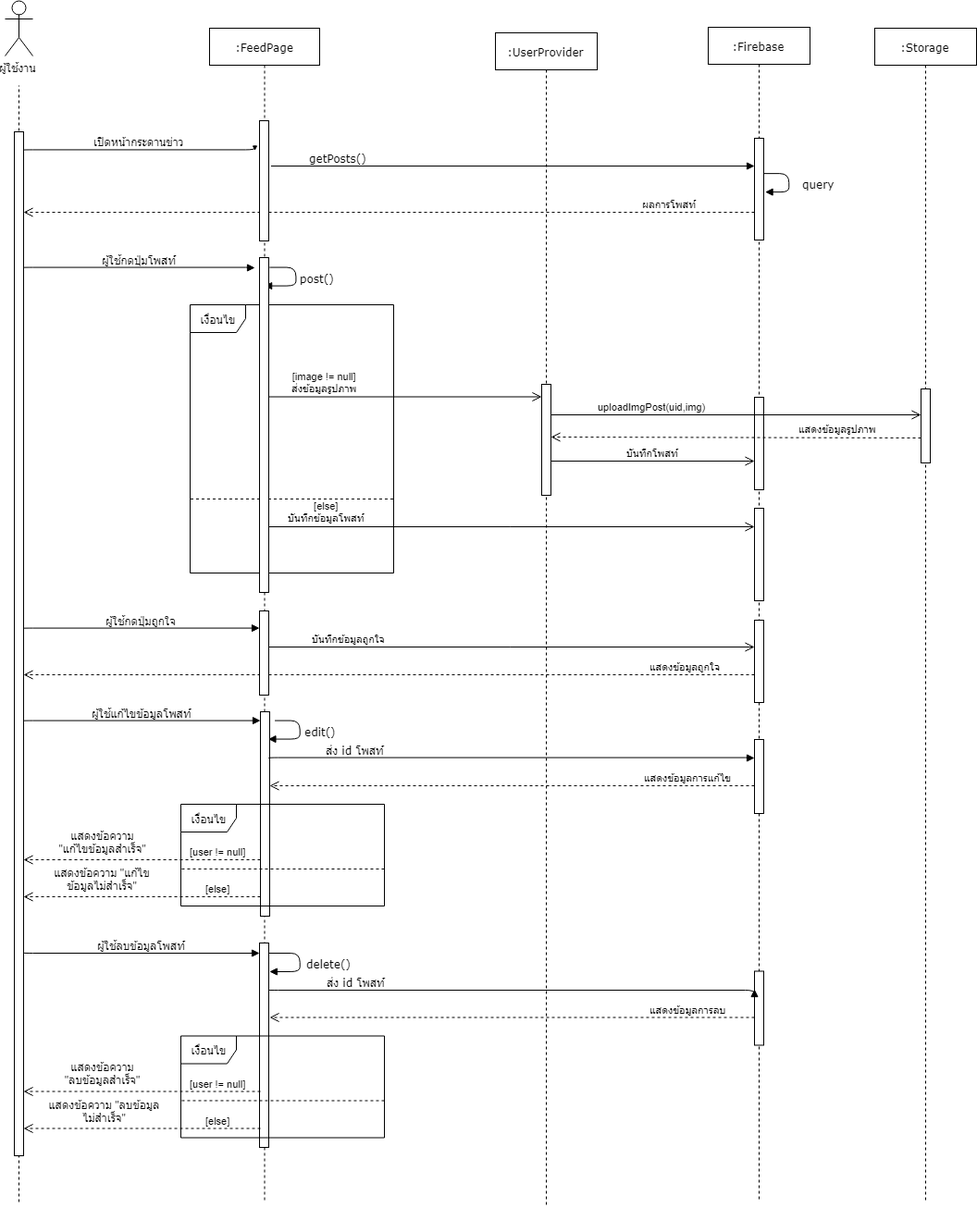
Earlier version of the draw.io export Document/Latex/Figures/3/Sequence/feed.png (Inwfour/Latex). Source tidied: cells renumbered, new cells last; positions are measured from the earlier drawing's top-left corner, leaving out a move shared by most shapes.
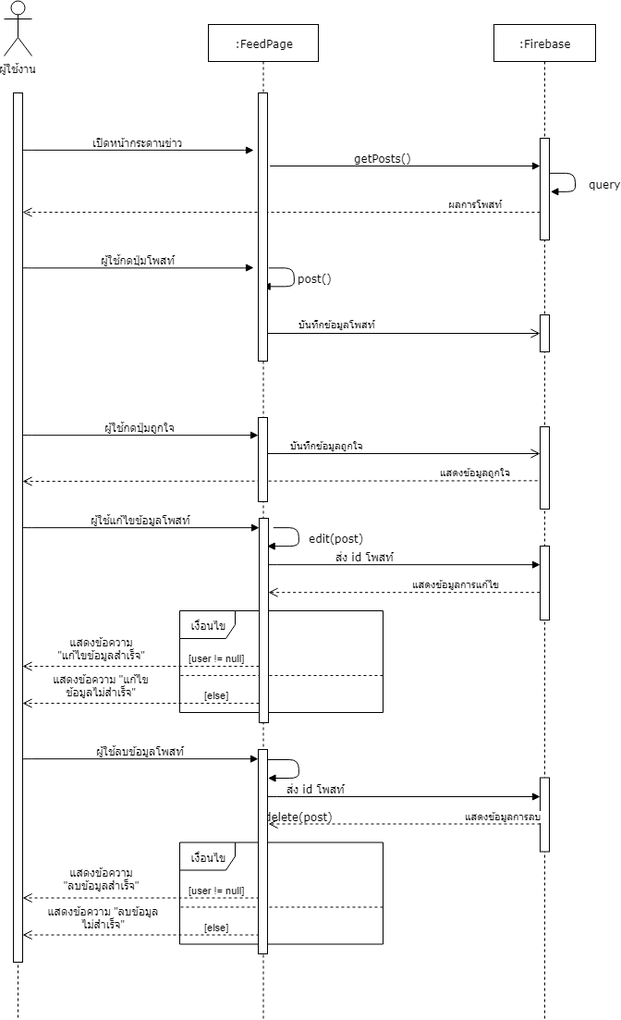
After the change.

The edit, as a diff of the source:
```diff
@@ -4,9 +4,5 @@
     <mxCell id="1" parent="0" />
-    <mxCell id="2" value="เงื่อนไข" style="shape=umlFrame;whiteSpace=wrap;html=1;rounded=0;" parent="1" vertex="1">
-      <mxGeometry x="200" y="329" width="220" height="290" as="geometry" />
-    </mxCell>
-    <mxCell id="3" style="endArrow=none;dashed=1;html=1;" parent="1" edge="1">
+    <mxCell id="3" style="endArrow=none;dashed=1;html=1;" parent="1" edge="1" target="10">
       <mxGeometry relative="1" as="geometry">
-        <mxPoint x="15" y="1299" as="sourcePoint" />
-        <mxPoint x="15" y="92" as="targetPoint" />
+        <mxPoint x="15" y="1309" as="sourcePoint" />
       </mxGeometry>
@@ -14,14 +10,8 @@
     <mxCell id="4" value=":FeedPage" style="shape=umlLifeline;perimeter=lifelinePerimeter;whiteSpace=wrap;html=1;rounded=0;shadow=0;comic=0;labelBackgroundColor=none;strokeColor=#000000;strokeWidth=1;fillColor=#FFFFFF;fontFamily=Verdana;fontSize=12;fontColor=#000000;align=center;" parent="1" vertex="1">
-      <mxGeometry x="221" y="30" width="119" height="1269" as="geometry" />
+      <mxGeometry x="221" y="235" width="119" height="1075" as="geometry" />
     </mxCell>
-    <mxCell id="5" style="html=1;points=[];perimeter=orthogonalPerimeter;rounded=0;shadow=0;comic=0;labelBackgroundColor=none;strokeColor=#000000;strokeWidth=1;fillColor=#FFFFFF;fontFamily=Verdana;fontSize=12;fontColor=#000000;align=center;" parent="4" vertex="1">
-      <mxGeometry x="55" y="739" width="10" height="221" as="geometry" />
-    </mxCell>
-    <mxCell id="6" style="html=1;points=[];perimeter=orthogonalPerimeter;rounded=0;shadow=0;comic=0;labelBackgroundColor=none;strokeColor=#000000;strokeWidth=1;fillColor=#FFFFFF;fontFamily=Verdana;fontSize=12;fontColor=#000000;align=center;" parent="4" vertex="1">
-      <mxGeometry x="54" y="989" width="10" height="221" as="geometry" />
-    </mxCell>
     <mxCell id="7" value="เปิดหน้ากระดานข่าว" style="html=1;verticalAlign=bottom;endArrow=block;labelBackgroundColor=none;fontFamily=Verdana;fontSize=12;edgeStyle=elbowEdgeStyle;elbow=vertical;" parent="1" edge="1">
       <mxGeometry relative="1" as="geometry">
-        <mxPoint x="20" y="161.9" as="sourcePoint" />
-        <mxPoint x="270" y="162" as="targetPoint" />
+        <mxPoint x="20" y="370.9" as="sourcePoint" />
+        <mxPoint x="270" y="371" as="targetPoint" />
       </mxGeometry>
@@ -29,8 +19,8 @@
     <mxCell id="8" value="getPosts()" style="html=1;verticalAlign=bottom;endArrow=block;labelBackgroundColor=none;fontFamily=Verdana;fontSize=12;edgeStyle=elbowEdgeStyle;elbow=vertical;" parent="1" edge="1" target="19">
-      <mxGeometry x="-0.37" y="-92" relative="1" as="geometry">
-        <mxPoint x="287.5" y="179" as="sourcePoint" />
+      <mxGeometry x="0.47" y="-92" relative="1" as="geometry">
+        <mxPoint x="287.5" y="388" as="sourcePoint" />
         <Array as="points">
-          <mxPoint x="502.5" y="179" />
+          <mxPoint x="502.5" y="388" />
         </Array>
-        <mxPoint x="-92" y="-92" as="offset" />
+        <mxPoint x="-93" y="-92" as="offset" />
       </mxGeometry>
@@ -38,25 +28,19 @@
     <mxCell id="9" value="ผู้ใช้งาน" style="shape=umlActor;verticalLabelPosition=bottom;labelBackgroundColor=#ffffff;verticalAlign=top;html=1;rounded=0;" parent="1" vertex="1">
-      <mxGeometry width="30" height="60" as="geometry" />
+      <mxGeometry y="209" width="30" height="60" as="geometry" />
     </mxCell>
     <mxCell id="10" style="html=1;points=[];perimeter=orthogonalPerimeter;rounded=0;shadow=0;comic=0;labelBackgroundColor=none;strokeColor=#000000;strokeWidth=1;fillColor=#FFFFFF;fontFamily=Verdana;fontSize=12;fontColor=#000000;align=center;" parent="1" vertex="1">
-      <mxGeometry x="10" y="142" width="10" height="1107" as="geometry" />
+      <mxGeometry x="10" y="309" width="10" height="940" as="geometry" />
     </mxCell>
     <mxCell id="11" value="ผลการโพสท์" style="html=1;verticalAlign=bottom;endArrow=open;dashed=1;endSize=8;" parent="1" edge="1" source="19">
-      <mxGeometry x="-0.77" relative="1" as="geometry">
-        <mxPoint x="20" y="229" as="targetPoint" />
+      <mxGeometry x="-0.75" relative="1" as="geometry">
+        <mxPoint x="20" y="438" as="targetPoint" />
       </mxGeometry>
     </mxCell>
-    <mxCell id="12" style="endArrow=none;endFill=0;endSize=24;html=1;dashed=1;exitX=0.005;exitY=0.566;exitDx=0;exitDy=0;exitPerimeter=0;" parent="1" edge="1">
-      <mxGeometry relative="1" as="geometry">
-        <mxPoint x="200.5" y="538.9" as="sourcePoint" />
-        <mxPoint x="419.5" y="539" as="targetPoint" />
-      </mxGeometry>
-    </mxCell>
     <mxCell id="13" value="post()" style="html=1;verticalAlign=bottom;endArrow=block;labelBackgroundColor=none;fontFamily=Verdana;fontSize=12;edgeStyle=orthogonalEdgeStyle;elbow=vertical;exitX=1.183;exitY=0.2;exitDx=0;exitDy=0;exitPerimeter=0;" parent="1" edge="1">
       <mxGeometry x="0.25" y="-26" relative="1" as="geometry">
-        <mxPoint x="286" y="289" as="sourcePoint" />
-        <mxPoint x="280" y="309" as="targetPoint" />
+        <mxPoint x="286" y="498" as="sourcePoint" />
+        <mxPoint x="280" y="518" as="targetPoint" />
         <Array as="points">
-          <mxPoint x="314" y="289" />
-          <mxPoint x="314" y="309" />
+          <mxPoint x="314" y="498" />
+          <mxPoint x="314" y="518" />
         </Array>
@@ -66,18 +50,6 @@
     <mxCell id="14" value=":Firebase" style="shape=umlLifeline;perimeter=lifelinePerimeter;whiteSpace=wrap;html=1;rounded=0;shadow=0;comic=0;labelBackgroundColor=none;strokeColor=#000000;strokeWidth=1;fillColor=#FFFFFF;fontFamily=Verdana;fontSize=12;fontColor=#000000;align=center;" parent="1" vertex="1">
-      <mxGeometry x="760" y="29" width="110" height="1270" as="geometry" />
+      <mxGeometry x="530" y="235" width="110" height="1075" as="geometry" />
     </mxCell>
-    <mxCell id="15" style="html=1;points=[];perimeter=orthogonalPerimeter;rounded=0;shadow=0;comic=0;labelBackgroundColor=none;strokeColor=#000000;strokeWidth=1;fillColor=#FFFFFF;fontFamily=Verdana;fontSize=12;fontColor=#000000;align=center;" parent="14" vertex="1">
-      <mxGeometry x="50" y="641" width="10" height="89" as="geometry" />
-    </mxCell>
-    <mxCell id="16" style="html=1;perimeter=orthogonalPerimeter;rounded=0;shadow=0;comic=0;labelBackgroundColor=none;strokeColor=#000000;strokeWidth=1;fillColor=#FFFFFF;fontFamily=Verdana;fontSize=12;fontColor=#000000;align=center;" parent="14" vertex="1">
-      <mxGeometry x="50" y="400" width="10" height="100" as="geometry" />
-    </mxCell>
-    <mxCell id="17" style="html=1;points=[];perimeter=orthogonalPerimeter;rounded=0;shadow=0;comic=0;labelBackgroundColor=none;strokeColor=#000000;strokeWidth=1;fillColor=#FFFFFF;fontFamily=Verdana;fontSize=12;fontColor=#000000;align=center;" parent="14" vertex="1">
-      <mxGeometry x="50" y="770" width="10" height="80" as="geometry" />
-    </mxCell>
-    <mxCell id="18" style="html=1;points=[];perimeter=orthogonalPerimeter;rounded=0;shadow=0;comic=0;labelBackgroundColor=none;strokeColor=#000000;strokeWidth=1;fillColor=#FFFFFF;fontFamily=Verdana;fontSize=12;fontColor=#000000;align=center;" parent="14" vertex="1">
-      <mxGeometry x="50" y="520" width="10" height="100" as="geometry" />
-    </mxCell>
     <mxCell id="19" style="html=1;points=[];perimeter=orthogonalPerimeter;rounded=0;shadow=0;comic=0;labelBackgroundColor=none;strokeColor=#000000;strokeWidth=1;fillColor=#FFFFFF;fontFamily=Verdana;fontSize=12;fontColor=#000000;align=center;" parent="1" vertex="1">
-      <mxGeometry x="810" y="149" width="10" height="110" as="geometry" />
+      <mxGeometry x="580" y="358" width="10" height="110" as="geometry" />
     </mxCell>
@@ -85,7 +57,7 @@
       <mxGeometry x="0.28" y="-32" relative="1" as="geometry">
-        <mxPoint x="820.1" y="186.9" as="sourcePoint" />
-        <mxPoint x="821" y="207" as="targetPoint" />
+        <mxPoint x="590.1" y="395.9" as="sourcePoint" />
+        <mxPoint x="591" y="416" as="targetPoint" />
         <Array as="points">
-          <mxPoint x="848" y="187" />
-          <mxPoint x="848" y="207" />
+          <mxPoint x="618" y="396" />
+          <mxPoint x="618" y="416" />
         </Array>
@@ -96,43 +68,8 @@
       <mxGeometry relative="1" as="geometry">
-        <mxPoint x="20" y="288.9" as="sourcePoint" />
-        <mxPoint x="270" y="289" as="targetPoint" />
+        <mxPoint x="20" y="497.9" as="sourcePoint" />
+        <mxPoint x="270" y="498" as="targetPoint" />
       </mxGeometry>
     </mxCell>
-    <mxCell id="22" value="[image != null]&lt;br&gt;ส่งข้อมูลรูปภาพ&lt;br&gt;" style="html=1;verticalAlign=bottom;endArrow=open;endSize=8;" parent="1" edge="1" target="26">
-      <mxGeometry x="-0.59" relative="1" as="geometry">
-        <mxPoint x="285" y="428.5" as="sourcePoint" />
-      </mxGeometry>
-    </mxCell>
-    <mxCell id="23" value=":Storage" style="shape=umlLifeline;perimeter=lifelinePerimeter;whiteSpace=wrap;html=1;rounded=0;shadow=0;comic=0;labelBackgroundColor=none;strokeColor=#000000;strokeWidth=1;fillColor=#FFFFFF;fontFamily=Verdana;fontSize=12;fontColor=#000000;align=center;" parent="1" vertex="1">
-      <mxGeometry x="940" y="30" width="110" height="1270" as="geometry" />
-    </mxCell>
-    <mxCell id="24" style="html=1;perimeter=orthogonalPerimeter;rounded=0;shadow=0;comic=0;labelBackgroundColor=none;strokeColor=#000000;strokeWidth=1;fillColor=#FFFFFF;fontFamily=Verdana;fontSize=12;fontColor=#000000;align=center;" parent="1" vertex="1">
-      <mxGeometry x="990" y="420" width="10" height="80" as="geometry" />
-    </mxCell>
-    <mxCell id="25" value=":UserProvider" style="shape=umlLifeline;perimeter=lifelinePerimeter;whiteSpace=wrap;html=1;rounded=0;shadow=0;comic=0;labelBackgroundColor=none;strokeColor=#000000;strokeWidth=1;fillColor=#FFFFFF;fontFamily=Verdana;fontSize=12;fontColor=#000000;align=center;" parent="1" vertex="1">
-      <mxGeometry x="530" y="35" width="110" height="1270" as="geometry" />
-    </mxCell>
-    <mxCell id="26" style="html=1;points=[];perimeter=orthogonalPerimeter;rounded=0;shadow=0;comic=0;labelBackgroundColor=none;strokeColor=#000000;strokeWidth=1;fillColor=#FFFFFF;fontFamily=Verdana;fontSize=12;fontColor=#000000;align=center;" parent="25" vertex="1">
-      <mxGeometry x="50" y="380" width="10" height="120" as="geometry" />
-    </mxCell>
-    <mxCell id="27" value="&lt;span&gt;uploadImgPost(uid,img)&lt;/span&gt;&lt;br&gt;" style="html=1;verticalAlign=bottom;endArrow=open;endSize=8;" parent="1" edge="1">
-      <mxGeometry x="-0.45" relative="1" as="geometry">
-        <mxPoint x="590" y="448" as="sourcePoint" />
-        <mxPoint x="990" y="448" as="targetPoint" />
-      </mxGeometry>
-    </mxCell>
-    <mxCell id="28" value="แสดงข้อมูลรูปภาพ" style="html=1;verticalAlign=bottom;endArrow=open;dashed=1;endSize=8;" parent="1" edge="1">
-      <mxGeometry x="-0.55" y="-1" relative="1" as="geometry">
-        <mxPoint x="990" y="473" as="sourcePoint" />
-        <mxPoint x="590" y="472" as="targetPoint" />
-      </mxGeometry>
-    </mxCell>
-    <mxCell id="29" value="&lt;span&gt;บันทึกโพสท์&lt;/span&gt;&lt;br&gt;" style="html=1;verticalAlign=bottom;endArrow=open;endSize=8;" parent="1" edge="1">
-      <mxGeometry relative="1" as="geometry">
-        <mxPoint x="590" y="498" as="sourcePoint" />
-        <mxPoint x="810" y="498" as="targetPoint" />
-      </mxGeometry>
-    </mxCell>
-    <mxCell id="30" value="[else]&lt;br&gt;บันทึกข้อมูลโพสท์&lt;br&gt;" style="html=1;verticalAlign=bottom;endArrow=open;endSize=8;" parent="1" edge="1" target="18">
-      <mxGeometry x="-0.76" relative="1" as="geometry">
+    <mxCell id="30" value="&lt;br&gt;บันทึกข้อมูลโพสท์&lt;br&gt;" style="html=1;verticalAlign=bottom;endArrow=open;endSize=8;" parent="1" edge="1" target="18">
+      <mxGeometry x="-0.49" relative="1" as="geometry">
         <mxPoint x="285" y="569" as="sourcePoint" />
@@ -146,9 +83,8 @@
     <mxCell id="32" value="บันทึกข้อมูลถูกใจ" style="html=1;verticalAlign=bottom;endArrow=open;endSize=8;" parent="1" edge="1" source="37">
-      <mxGeometry x="-0.67" relative="1" as="geometry">
-        <mxPoint x="810" y="699" as="targetPoint" />
+      <mxGeometry x="-0.56" relative="1" as="geometry">
+        <mxPoint x="580" y="699" as="targetPoint" />
       </mxGeometry>
     </mxCell>
-    <mxCell id="33" value="แสดงข้อมูลถูกใจ" style="html=1;verticalAlign=bottom;endArrow=open;dashed=1;endSize=8;" parent="1" edge="1">
-      <mxGeometry x="-0.81" relative="1" as="geometry">
-        <mxPoint x="810" y="729" as="sourcePoint" />
+    <mxCell id="33" value="แสดงข้อมูลถูกใจ" style="html=1;verticalAlign=bottom;endArrow=open;dashed=1;endSize=8;exitX=-0.312;exitY=0.658;exitDx=0;exitDy=0;exitPerimeter=0;" parent="1" edge="1" source="15">
+      <mxGeometry x="-0.76" relative="1" as="geometry">
         <mxPoint x="20" y="729" as="targetPoint" />
@@ -162,6 +98,6 @@
     <mxCell id="35" style="html=1;perimeter=orthogonalPerimeter;rounded=0;shadow=0;comic=0;labelBackgroundColor=none;strokeColor=#000000;strokeWidth=1;fillColor=#FFFFFF;fontFamily=Verdana;fontSize=12;fontColor=#000000;align=center;" parent="1" vertex="1">
-      <mxGeometry x="275" y="130" width="10" height="130" as="geometry" />
+      <mxGeometry x="275" y="339" width="10" height="130" as="geometry" />
     </mxCell>
     <mxCell id="36" style="html=1;perimeter=orthogonalPerimeter;rounded=0;shadow=0;comic=0;labelBackgroundColor=none;strokeColor=#000000;strokeWidth=1;fillColor=#FFFFFF;fontFamily=Verdana;fontSize=12;fontColor=#000000;align=center;" parent="1" vertex="1">
-      <mxGeometry x="275" y="278" width="10" height="362" as="geometry" />
+      <mxGeometry x="275" y="309" width="10" height="290" as="geometry" />
     </mxCell>
@@ -170,4 +106,4 @@
     </mxCell>
-    <mxCell id="38" value="edit()" style="html=1;verticalAlign=bottom;endArrow=block;labelBackgroundColor=none;fontFamily=Verdana;fontSize=12;edgeStyle=orthogonalEdgeStyle;elbow=vertical;exitX=1.183;exitY=0.2;exitDx=0;exitDy=0;exitPerimeter=0;" parent="1" edge="1">
-      <mxGeometry x="0.25" y="-26" relative="1" as="geometry">
+    <mxCell id="38" value="edit(post)" style="html=1;verticalAlign=bottom;endArrow=block;labelBackgroundColor=none;fontFamily=Verdana;fontSize=12;edgeStyle=orthogonalEdgeStyle;elbow=vertical;exitX=1.183;exitY=0.2;exitDx=0;exitDy=0;exitPerimeter=0;" parent="1" edge="1">
+      <mxGeometry x="0.17" y="-41" relative="1" as="geometry">
         <mxPoint x="291" y="779" as="sourcePoint" />
@@ -178,15 +114,12 @@
         </Array>
-        <mxPoint x="26" y="26" as="offset" />
+        <mxPoint x="41" y="41" as="offset" />
       </mxGeometry>
     </mxCell>
-    <mxCell id="39" value="ส่ง id โพสท์" style="html=1;verticalAlign=bottom;endArrow=block;labelBackgroundColor=none;fontFamily=Verdana;fontSize=12;edgeStyle=elbowEdgeStyle;elbow=vertical;" parent="1" edge="1">
-      <mxGeometry x="-0.64" relative="1" as="geometry">
+    <mxCell id="39" value="ส่ง id โพสท์" style="html=1;verticalAlign=bottom;endArrow=block;labelBackgroundColor=none;fontFamily=Verdana;fontSize=12;edgeStyle=elbowEdgeStyle;elbow=vertical;" parent="1" edge="1" target="17">
+      <mxGeometry x="-0.29" relative="1" as="geometry">
         <mxPoint x="285" y="819.4" as="sourcePoint" />
-        <mxPoint x="810" y="819" as="targetPoint" />
       </mxGeometry>
     </mxCell>
-    <mxCell id="40" value="แสดงข้อมูลการแก้ไข" style="html=1;verticalAlign=bottom;endArrow=open;dashed=1;endSize=8;" parent="1" edge="1" target="5">
-      <mxGeometry x="-0.73" relative="1" as="geometry">
-        <mxPoint x="810" y="849" as="sourcePoint" />
-      </mxGeometry>
+    <mxCell id="40" value="แสดงข้อมูลการแก้ไข" style="html=1;verticalAlign=bottom;endArrow=open;dashed=1;endSize=8;exitX=0;exitY=0.625;exitDx=0;exitDy=0;exitPerimeter=0;" parent="1" edge="1" source="17" target="5">
+      <mxGeometry x="-0.39" relative="1" as="geometry" />
     </mxCell>
@@ -219,3 +152,3 @@
     <mxCell id="47" style="html=1;points=[];perimeter=orthogonalPerimeter;rounded=0;shadow=0;comic=0;labelBackgroundColor=none;strokeColor=#000000;strokeWidth=1;fillColor=#FFFFFF;fontFamily=Verdana;fontSize=12;fontColor=#000000;align=center;" parent="1" vertex="1">
-      <mxGeometry x="810" y="1049.5" width="10" height="80" as="geometry" />
+      <mxGeometry x="580" y="1049.5" width="10" height="80" as="geometry" />
     </mxCell>
@@ -226,4 +159,4 @@
     </mxCell>
-    <mxCell id="49" value="delete()" style="html=1;verticalAlign=bottom;endArrow=block;labelBackgroundColor=none;fontFamily=Verdana;fontSize=12;edgeStyle=orthogonalEdgeStyle;elbow=vertical;" parent="1" edge="1">
-      <mxGeometry x="0.24" y="-31" relative="1" as="geometry">
+    <mxCell id="49" value="delete(post)" style="html=1;verticalAlign=bottom;endArrow=block;labelBackgroundColor=none;fontFamily=Verdana;fontSize=12;edgeStyle=orthogonalEdgeStyle;elbow=vertical;" parent="1" edge="1">
+      <mxGeometry x="0.23" y="-51" relative="1" as="geometry">
         <mxPoint x="285" y="1030" as="sourcePoint" />
@@ -234,9 +167,8 @@
         </Array>
-        <mxPoint x="31" y="31" as="offset" />
+        <mxPoint x="51" y="51" as="offset" />
       </mxGeometry>
     </mxCell>
-    <mxCell id="50" value="ส่ง id โพสท์" style="html=1;verticalAlign=bottom;endArrow=block;labelBackgroundColor=none;fontFamily=Verdana;fontSize=12;edgeStyle=elbowEdgeStyle;elbow=vertical;" parent="1" edge="1">
+    <mxCell id="50" value="ส่ง id โพสท์" style="html=1;verticalAlign=bottom;endArrow=block;labelBackgroundColor=none;fontFamily=Verdana;fontSize=12;edgeStyle=elbowEdgeStyle;elbow=vertical;" parent="1" edge="1" target="47">
       <mxGeometry x="-0.64" relative="1" as="geometry">
         <mxPoint x="285" y="1069.9" as="sourcePoint" />
-        <mxPoint x="810" y="1069" as="targetPoint" />
       </mxGeometry>
@@ -275,2 +207,17 @@
     </mxCell>
+    <mxCell id="5" style="html=1;points=[];perimeter=orthogonalPerimeter;rounded=0;shadow=0;comic=0;labelBackgroundColor=none;strokeColor=#000000;strokeWidth=1;fillColor=#FFFFFF;fontFamily=Verdana;fontSize=12;fontColor=#000000;align=center;" parent="1" vertex="1">
+      <mxGeometry x="276" y="769" width="10" height="221" as="geometry" />
+    </mxCell>
+    <mxCell id="6" style="html=1;points=[];perimeter=orthogonalPerimeter;rounded=0;shadow=0;comic=0;labelBackgroundColor=none;strokeColor=#000000;strokeWidth=1;fillColor=#FFFFFF;fontFamily=Verdana;fontSize=12;fontColor=#000000;align=center;" parent="1" vertex="1">
+      <mxGeometry x="275" y="1019" width="10" height="221" as="geometry" />
+    </mxCell>
+    <mxCell id="15" style="html=1;points=[];perimeter=orthogonalPerimeter;rounded=0;shadow=0;comic=0;labelBackgroundColor=none;strokeColor=#000000;strokeWidth=1;fillColor=#FFFFFF;fontFamily=Verdana;fontSize=12;fontColor=#000000;align=center;" parent="1" vertex="1">
+      <mxGeometry x="580" y="670" width="10" height="89" as="geometry" />
+    </mxCell>
+    <mxCell id="17" style="html=1;points=[];perimeter=orthogonalPerimeter;rounded=0;shadow=0;comic=0;labelBackgroundColor=none;strokeColor=#000000;strokeWidth=1;fillColor=#FFFFFF;fontFamily=Verdana;fontSize=12;fontColor=#000000;align=center;" parent="1" vertex="1">
+      <mxGeometry x="580" y="799" width="10" height="80" as="geometry" />
+    </mxCell>
+    <mxCell id="18" style="html=1;points=[];perimeter=orthogonalPerimeter;rounded=0;shadow=0;comic=0;labelBackgroundColor=none;strokeColor=#000000;strokeWidth=1;fillColor=#FFFFFF;fontFamily=Verdana;fontSize=12;fontColor=#000000;align=center;" parent="1" vertex="1">
+      <mxGeometry x="580" y="549" width="10" height="40" as="geometry" />
+    </mxCell>
   </root>
```
